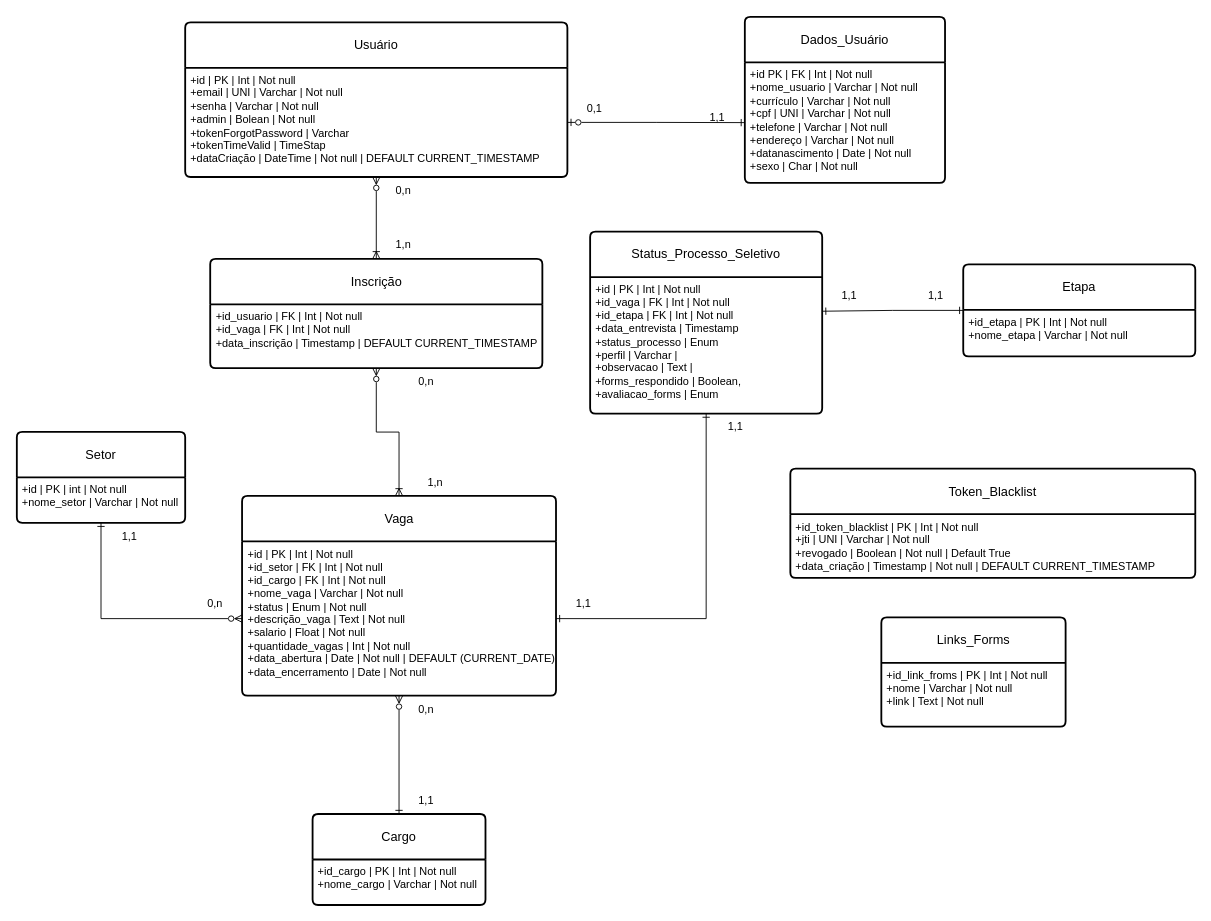
Earlier version of the draw.io diagram Diagrama Modelo Lógico.drawio (ExtraProjects860/Project-Selection-Process-Control). Source tidied: cells renumbered, new cells numbered last; positions are measured from the earlier drawing's top-left corner, leaving out a move shared by most shapes. Both pictures are drawn from the tidied source at 91%, with x=0, y=0 at pixel (16, 16).
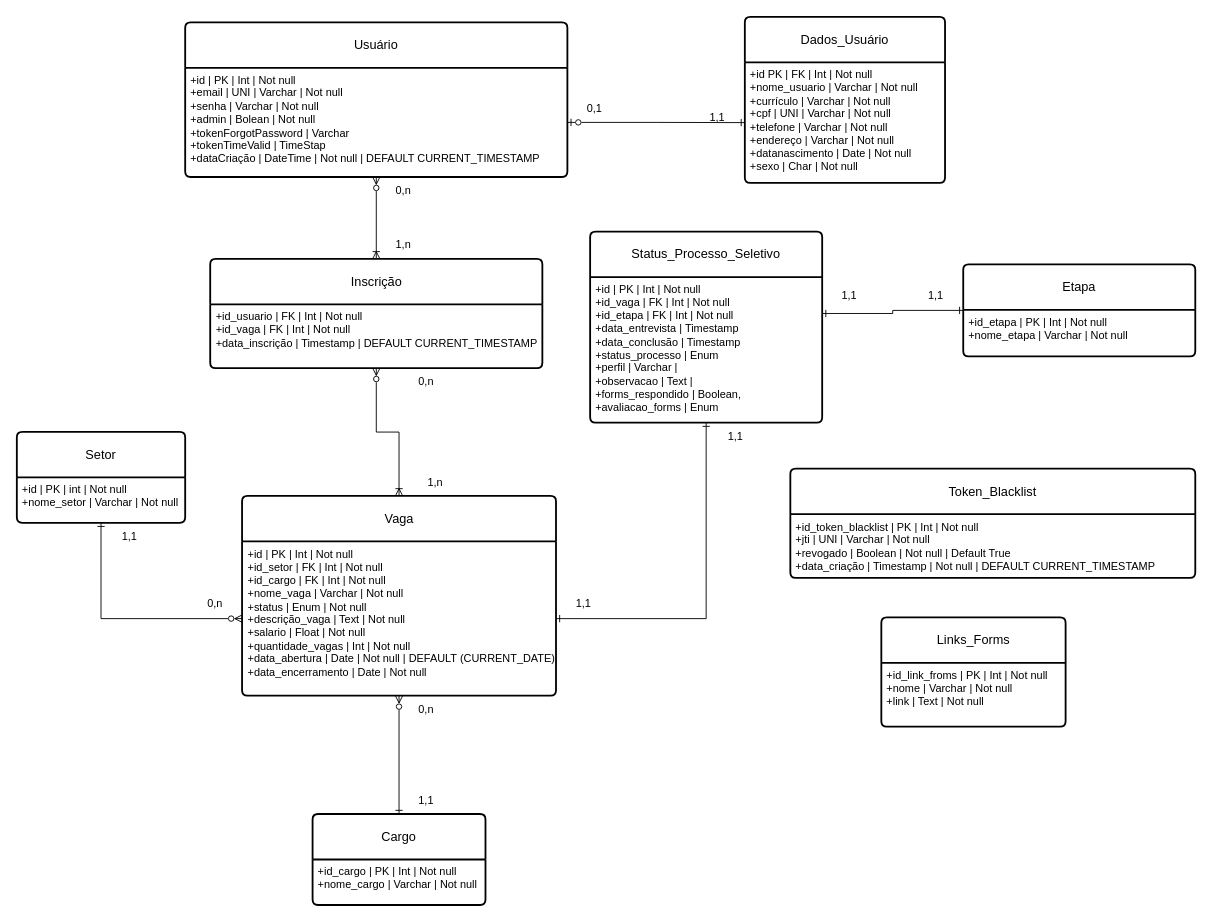
Above is the later version.

Diff of the diagram source:
```diff
@@
     <mxCell id="8" value="Status_Processo_Seletivo" style="swimlane;horizontal=1;startSize=50;rounded=1;fontSize=14;fontStyle=0;strokeWidth=2;shadow=0;dashed=0;align=center;arcSize=4;whiteSpace=wrap;html=1;" parent="1" vertex="1">
-      <mxGeometry x="630" y="236" width="255" height="200" as="geometry" />
+      <mxGeometry x="630" y="236" width="255" height="210" as="geometry" />
     </mxCell>
-    <mxCell id="9" value="+id | PK | Int | Not null&lt;div&gt;+id_vaga&amp;nbsp;&lt;span style=&quot;background-color: initial;&quot;&gt;| FK | Int | Not null&lt;/span&gt;&lt;/div&gt;&lt;div&gt;+id_etapa | FK | Int | Not null&lt;/div&gt;&lt;div&gt;&lt;span style=&quot;background-color: initial;&quot;&gt;+data_entrevista | Timestamp&amp;nbsp;&amp;nbsp;&lt;/span&gt;&lt;/div&gt;&lt;div&gt;&lt;span style=&quot;background-color: initial;&quot;&gt;+status_processo | Enum&lt;/span&gt;&lt;/div&gt;&lt;div&gt;+perfil | Varchar |&lt;/div&gt;&lt;div&gt;+observacao | Text |&lt;/div&gt;&lt;div&gt;+forms_respondido | Boolean,&lt;/div&gt;&lt;div&gt;+avaliacao_forms | Enum&lt;/div&gt;" style="align=left;strokeColor=none;fillColor=none;spacingLeft=4;fontSize=12;verticalAlign=top;html=1;" parent="8" vertex="1">
-      <mxGeometry y="50" width="255" height="150" as="geometry" />
+    <mxCell id="9" value="+id | PK | Int | Not null&lt;div&gt;+id_vaga&amp;nbsp;&lt;span style=&quot;background-color: initial;&quot;&gt;| FK | Int | Not null&lt;/span&gt;&lt;/div&gt;&lt;div&gt;+id_etapa | FK | Int | Not null&lt;/div&gt;&lt;div&gt;&lt;span style=&quot;background-color: initial;&quot;&gt;+data_entrevista | Timestamp&lt;/span&gt;&lt;/div&gt;&lt;div&gt;&lt;span style=&quot;background-color: initial;&quot;&gt;+data_conclusão | Timestamp&lt;br&gt;&lt;/span&gt;&lt;/div&gt;&lt;div&gt;&lt;span style=&quot;background-color: initial;&quot;&gt;+status_processo | Enum&lt;/span&gt;&lt;/div&gt;&lt;div&gt;+perfil | Varchar |&lt;/div&gt;&lt;div&gt;+observacao | Text |&lt;/div&gt;&lt;div&gt;+forms_respondido | Boolean,&lt;/div&gt;&lt;div&gt;+avaliacao_forms | Enum&lt;/div&gt;" style="align=left;strokeColor=none;fillColor=none;spacingLeft=4;fontSize=12;verticalAlign=top;html=1;" parent="8" vertex="1">
+      <mxGeometry y="50" width="255" height="160" as="geometry" />
     </mxCell>
@@
     <mxCell id="15" value="1,1" style="text;html=1;align=center;verticalAlign=middle;whiteSpace=wrap;rounded=0;" parent="1" vertex="1">
-      <mxGeometry x="760" y="436" width="60" height="30" as="geometry" />
+      <mxGeometry x="760" y="446" width="60" height="30" as="geometry" />
     </mxCell>
```
